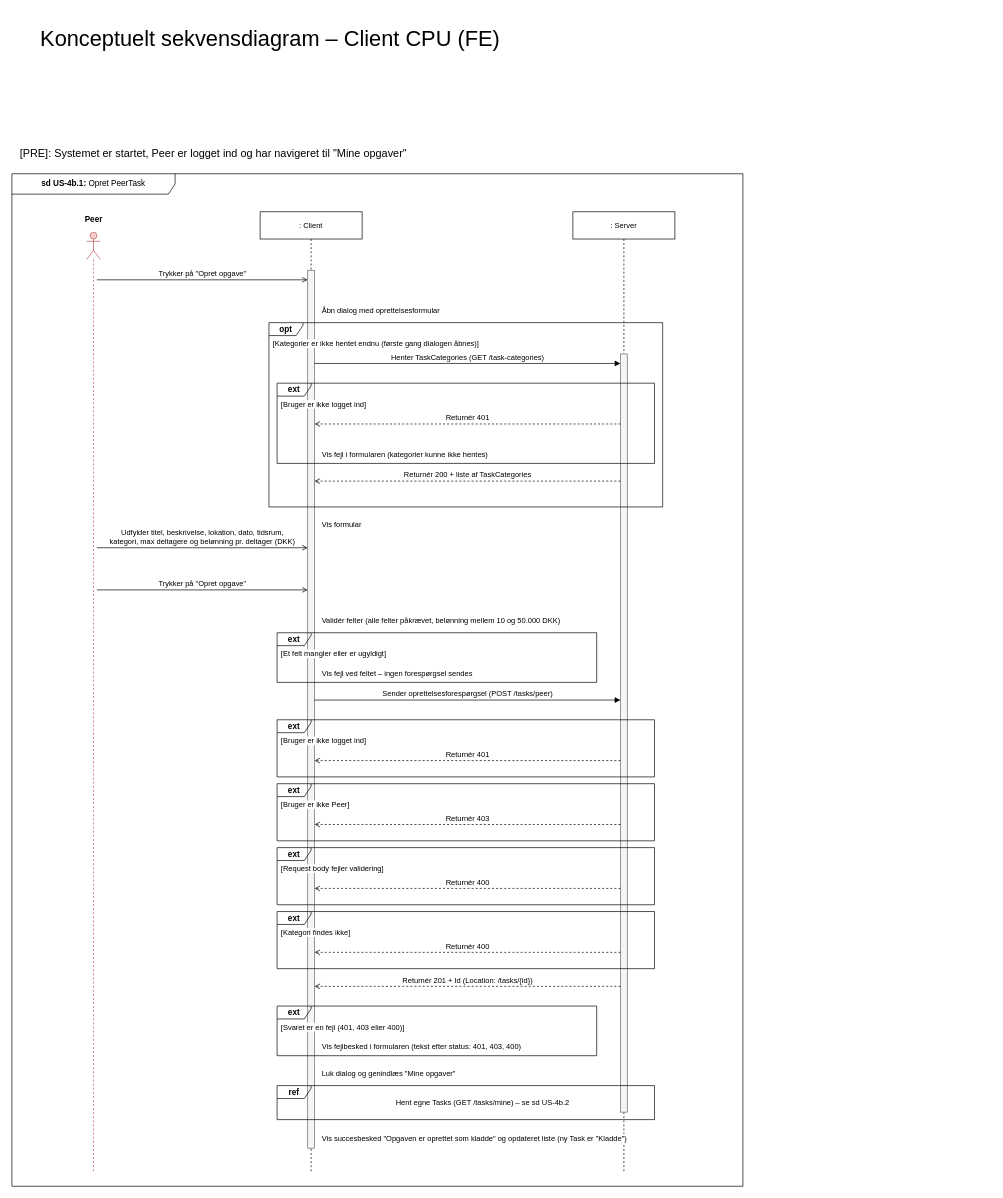
Echo-AU/artifacts keeps this draw.io diagram as page "1 - konceptuelt sekvens" (1 of 3) of drawio/Applikationsmodeller/US4b/FE/US4b_1_CreatePeerTask.drawio. Above is the earlier version. Source tidied: cells renumbered, new cells numbered last; positions are measured from the earlier drawing's top-left corner, leaving out a move shared by most shapes. Both pictures are drawn from the tidied source at 68%, with x=0, y=0 at pixel (12, 21).
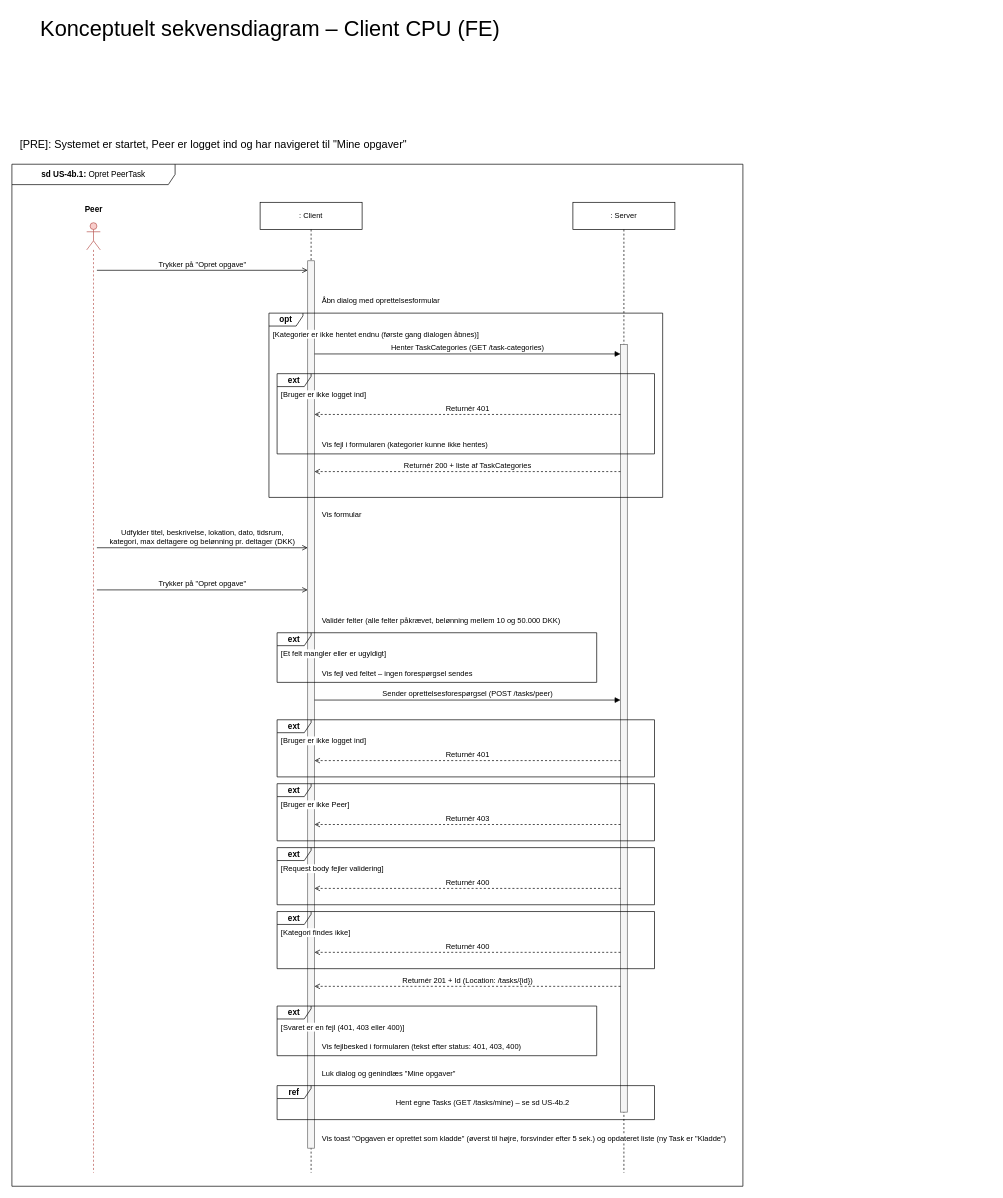
After the change.

Change to the diagram source:
```diff
@@
     <mxCell id="2" value="&lt;font style=&quot;font-size: 32px;&quot;&gt;Konceptuelt sekvensdiagram – Client CPU (FE)&lt;/font&gt;" style="text;html=1;align=left;verticalAlign=middle;strokeColor=none;fillColor=none;" parent="1" vertex="1">
-      <mxGeometry x="40" width="1400" height="50" as="geometry" />
+      <mxGeometry x="40" y="-14" width="1400" height="50" as="geometry" />
     </mxCell>
     <mxCell id="3" style="shape=umlLifeline;perimeter=lifelinePerimeter;whiteSpace=wrap;html=1;newEdgeStyle={&quot;curved&quot;:0,&quot;rounded&quot;:0};participant=umlActor;fillColor=#f8cecc;strokeColor=#b85450;" parent="1" vertex="1">
-      <mxGeometry x="110" y="310" width="20" height="1383" as="geometry" />
+      <mxGeometry x="110" y="296" width="20" height="1397" as="geometry" />
     </mxCell>
     <mxCell id="4" value="&lt;b&gt;Peer&lt;/b&gt;" style="text;html=1;align=center;verticalAlign=middle;strokeColor=none;fillColor=none;" parent="1" vertex="1">
-      <mxGeometry x="60" y="276" width="120" height="30" as="geometry" />
+      <mxGeometry x="60" y="262" width="120" height="30" as="geometry" />
     </mxCell>
     <mxCell id="5" value=": Client" style="shape=umlLifeline;perimeter=lifelinePerimeter;whiteSpace=wrap;html=1;newEdgeStyle={&quot;edgeStyle&quot;:&quot;elbowEdgeStyle&quot;,&quot;elbow&quot;:&quot;vertical&quot;,&quot;curved&quot;:0,&quot;rounded&quot;:0};fontSize=11;size=40;" parent="1" vertex="1">
-      <mxGeometry x="365" y="280" width="150" height="1413" as="geometry" />
+      <mxGeometry x="365" y="266" width="150" height="1427" as="geometry" />
     </mxCell>
     <mxCell id="6" value=": Server" style="shape=umlLifeline;perimeter=lifelinePerimeter;whiteSpace=wrap;html=1;newEdgeStyle={&quot;edgeStyle&quot;:&quot;elbowEdgeStyle&quot;,&quot;elbow&quot;:&quot;vertical&quot;,&quot;curved&quot;:0,&quot;rounded&quot;:0};fontSize=11;size=40;" parent="1" vertex="1">
-      <mxGeometry x="825" y="280" width="150" height="1413" as="geometry" />
+      <mxGeometry x="825" y="266" width="150" height="1427" as="geometry" />
     </mxCell>
     <mxCell id="7" style="perimeter=orthogonalPerimeter;targetShapes=umlLifeline;fillColor=#f5f5f5;fontColor=#333333;strokeColor=#666666;" parent="1" vertex="1">
-      <mxGeometry x="435" y="366" width="10" height="1291" as="geometry" />
+      <mxGeometry x="435" y="352" width="10" height="1305" as="geometry" />
     </mxCell>
     <mxCell id="8" style="perimeter=orthogonalPerimeter;targetShapes=umlLifeline;fillColor=#f5f5f5;fontColor=#333333;strokeColor=#666666;" parent="1" vertex="1">
-      <mxGeometry x="895" y="489" width="10" height="1115" as="geometry" />
+      <mxGeometry x="895" y="475" width="10" height="1129" as="geometry" />
     </mxCell>
     <mxCell id="9" value="Trykker på &quot;Opret opgave&quot;" style="html=1;verticalAlign=bottom;elbow=vertical;curved=0;rounded=0;endArrow=open;endSize=6;endFill=0;fontSize=11;labelBackgroundColor=default;" parent="1" edge="1">
       <mxGeometry relative="1" as="geometry">
-        <mxPoint x="125" y="380" as="sourcePoint" />
-        <mxPoint x="435" y="380" as="targetPoint" />
+        <mxPoint x="125" y="366" as="sourcePoint" />
+        <mxPoint x="435" y="366" as="targetPoint" />
       </mxGeometry>
     </mxCell>
     <mxCell id="10" value="Åbn dialog med oprettelsesformular" style="text;html=1;align=left;verticalAlign=middle;strokeColor=none;fillColor=none;fontSize=11;labelBackgroundColor=default;" parent="1" vertex="1">
-      <mxGeometry x="454" y="414" width="223" height="22" as="geometry" />
+      <mxGeometry x="454" y="400" width="223" height="22" as="geometry" />
     </mxCell>
     <mxCell id="11" value="Henter TaskCategories (GET /task-categories)" style="html=1;verticalAlign=bottom;elbow=vertical;curved=0;rounded=0;endArrow=block;endSize=6;endFill=1;fontSize=11;labelBackgroundColor=default;" parent="1" edge="1">
       <mxGeometry relative="1" as="geometry">
-        <mxPoint x="445" y="503" as="sourcePoint" />
-        <mxPoint x="895" y="503" as="targetPoint" />
+        <mxPoint x="445" y="489" as="sourcePoint" />
+        <mxPoint x="895" y="489" as="targetPoint" />
       </mxGeometry>
     </mxCell>
     <mxCell id="12" value="Returnér 401" style="html=1;verticalAlign=bottom;elbow=vertical;rounded=0;endArrow=open;endFill=0;dashed=1;fontSize=11;labelBackgroundColor=default;" parent="1" edge="1">
       <mxGeometry relative="1" as="geometry">
-        <mxPoint x="895" y="592" as="sourcePoint" />
-        <mxPoint x="445" y="592" as="targetPoint" />
+        <mxPoint x="895" y="578" as="sourcePoint" />
+        <mxPoint x="445" y="578" as="targetPoint" />
       </mxGeometry>
     </mxCell>
     <mxCell id="13" value="Vis fejl i formularen (kategorier kunne ikke hentes)" style="text;html=1;align=left;verticalAlign=middle;strokeColor=none;fillColor=none;fontSize=11;labelBackgroundColor=default;" parent="1" vertex="1">
-      <mxGeometry x="454" y="626" width="333" height="22" as="geometry" />
+      <mxGeometry x="454" y="612" width="333" height="22" as="geometry" />
     </mxCell>
     <mxCell id="14" value="&lt;b&gt;ext&lt;/b&gt;" style="shape=umlFrame;whiteSpace=wrap;html=1;fillColor=none;width=50;height=19;" parent="1" vertex="1">
-      <mxGeometry x="390" y="532" width="555" height="118" as="geometry" />
+      <mxGeometry x="390" y="518" width="555" height="118" as="geometry" />
     </mxCell>
     <mxCell id="15" value="[Bruger er ikke logget ind]" style="text;html=1;align=left;verticalAlign=middle;strokeColor=none;fillColor=none;fontSize=11;labelBackgroundColor=default;" parent="1" vertex="1">
-      <mxGeometry x="394" y="553" width="180" height="20" as="geometry" />
+      <mxGeometry x="394" y="539" width="180" height="20" as="geometry" />
     </mxCell>
     <mxCell id="16" value="Returnér 200 + liste af TaskCategories" style="html=1;verticalAlign=bottom;elbow=vertical;rounded=0;endArrow=open;endFill=0;dashed=1;fontSize=11;labelBackgroundColor=default;" parent="1" edge="1">
       <mxGeometry relative="1" as="geometry">
-        <mxPoint x="895" y="676" as="sourcePoint" />
-        <mxPoint x="445" y="676" as="targetPoint" />
+        <mxPoint x="895" y="662" as="sourcePoint" />
+        <mxPoint x="445" y="662" as="targetPoint" />
       </mxGeometry>
     </mxCell>
     <mxCell id="17" value="&lt;b&gt;opt&lt;/b&gt;" style="shape=umlFrame;whiteSpace=wrap;html=1;fillColor=none;width=50;height=19;" parent="1" vertex="1">
-      <mxGeometry x="378" y="443" width="579" height="271" as="geometry" />
+      <mxGeometry x="378" y="429" width="579" height="271" as="geometry" />
     </mxCell>
     <mxCell id="18" value="[Kategorier er ikke hentet endnu (første gang dialogen åbnes)]" style="text;html=1;align=left;verticalAlign=middle;strokeColor=none;fillColor=none;fontSize=11;labelBackgroundColor=default;" parent="1" vertex="1">
-      <mxGeometry x="382" y="464" width="394" height="20" as="geometry" />
+      <mxGeometry x="382" y="450" width="394" height="20" as="geometry" />
     </mxCell>
     <mxCell id="19" value="Vis formular" style="text;html=1;align=left;verticalAlign=middle;strokeColor=none;fillColor=none;fontSize=11;labelBackgroundColor=default;" parent="1" vertex="1">
-      <mxGeometry x="454" y="729" width="89" height="22" as="geometry" />
+      <mxGeometry x="454" y="715" width="89" height="22" as="geometry" />
     </mxCell>
@@
-    <mxCell id="46" value="Vis succesbesked &quot;Opgaven er oprettet som kladde&quot; og opdateret liste (ny Task er &quot;Kladde&quot;)" style="text;html=1;align=left;verticalAlign=middle;strokeColor=none;fillColor=none;fontSize=11;labelBackgroundColor=default;" parent="1" vertex="1">
-      <mxGeometry x="454" y="1632" width="565" height="22" as="geometry" />
+    <mxCell id="46" value="Vis toast &quot;Opgaven er oprettet som kladde&quot; (øverst til højre, forsvinder efter 5 sek.) og opdateret liste (ny Task er &quot;Kladde&quot;)" style="text;html=1;align=left;verticalAlign=middle;strokeColor=none;fillColor=none;fontSize=11;labelBackgroundColor=default;" parent="1" vertex="1">
+      <mxGeometry x="454" y="1632" width="790" height="22" as="geometry" />
     </mxCell>
     <mxCell id="47" value="&lt;b&gt;sd US-4b.1:&lt;/b&gt; Opret PeerTask" style="shape=umlFrame;whiteSpace=wrap;html=1;width=240;height=30;" parent="1" vertex="1">
-      <mxGeometry y="224" width="1075" height="1489" as="geometry" />
+      <mxGeometry y="210" width="1075" height="1503" as="geometry" />
     </mxCell>
     <mxCell id="48" value="&lt;font style=&quot;font-size: 16px;&quot;&gt;[PRE]: Systemet er startet, Peer er logget ind og har navigeret til &quot;Mine opgaver&quot;&lt;/font&gt;" style="text;html=1;align=left;verticalAlign=middle;strokeColor=none;fillColor=none;" parent="1" vertex="1">
-      <mxGeometry x="10" y="176" width="1400" height="36" as="geometry" />
+      <mxGeometry x="10" y="162" width="1400" height="36" as="geometry" />
     </mxCell>
```
